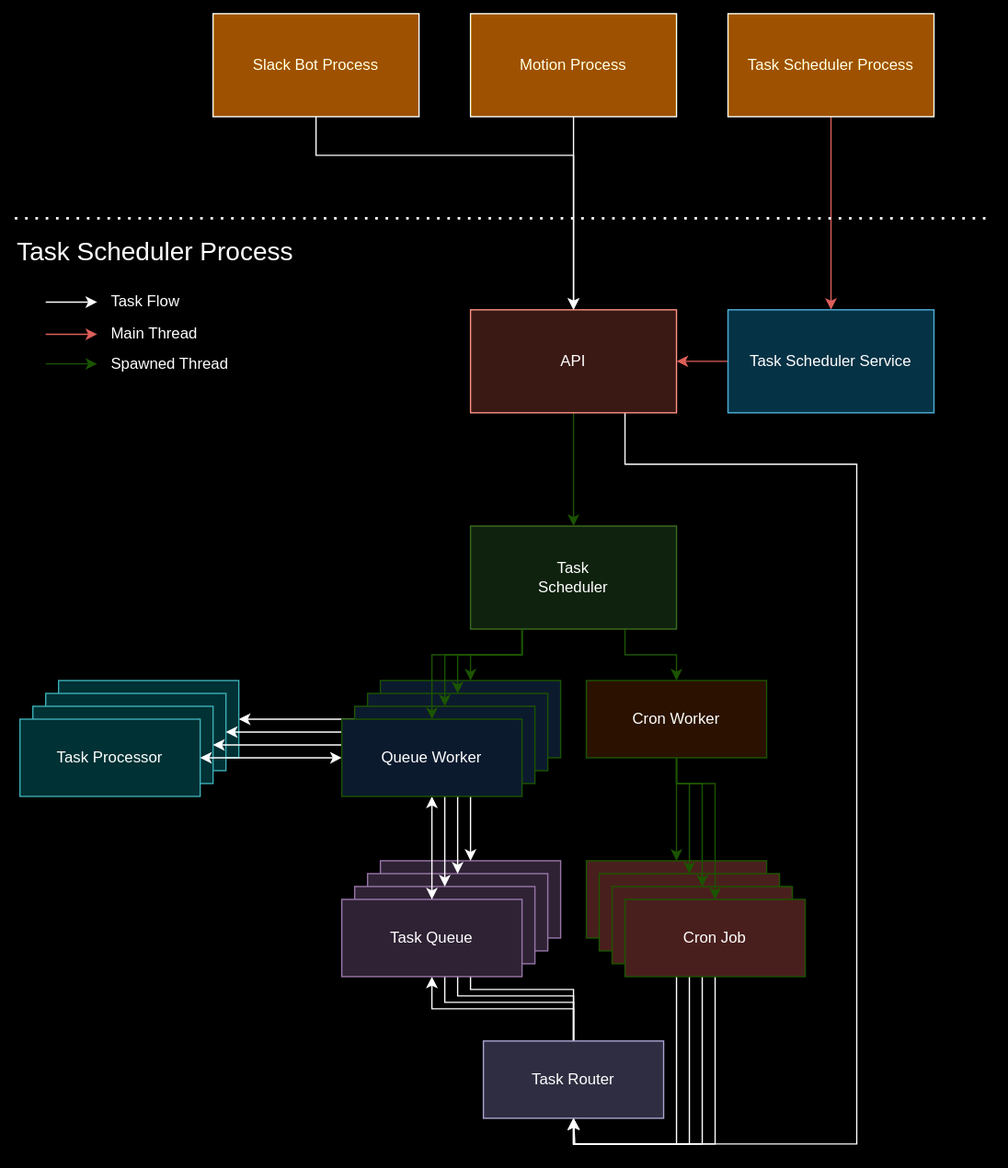
Above: pi_portal/modules/tasks/markdown/task_scheduler_overview.svg in PI-Portal/pi_portal (draw.io), before the change. Source tidied: cells renumbered, new cells last; positions are measured from the earlier drawing's top-left corner, leaving out a move shared by most shapes.
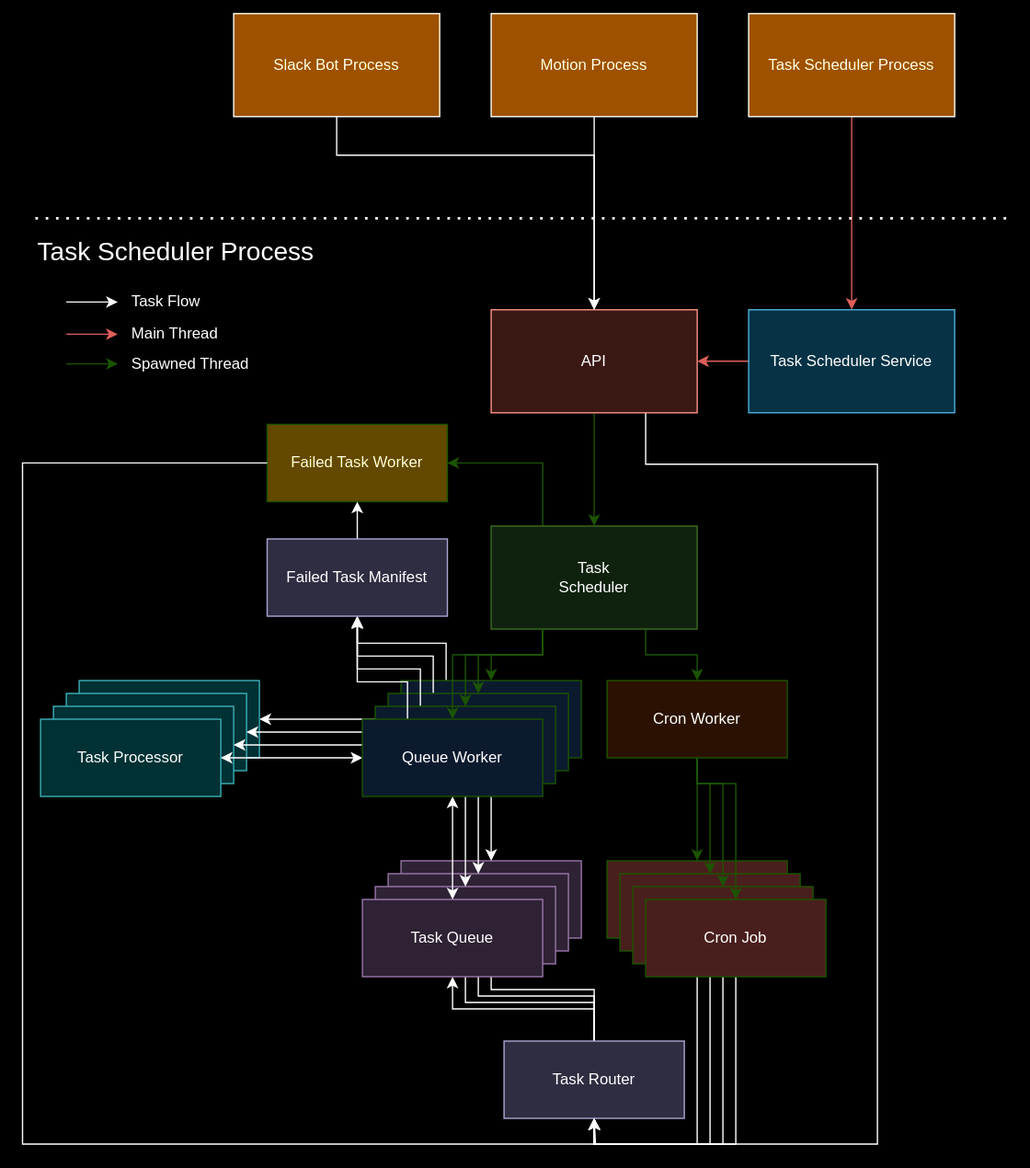
Later version of the same file.

What changed in the source:
```diff
@@ -10,9 +10,25 @@
         </Array>
       </mxGeometry>
     </mxCell>
+    <mxCell id="65" style="edgeStyle=orthogonalEdgeStyle;rounded=0;jettySize=auto;html=1;exitX=0.25;exitY=0;exitDx=0;exitDy=0;entryX=0.5;entryY=1;entryDx=0;entryDy=0;" parent="1" edge="1" source="3" target="73">
+      <mxGeometry relative="1" as="geometry">
+        <Array as="points">
+          <mxPoint x="319" y="489" />
+          <mxPoint x="250" y="489" />
+        </Array>
+      </mxGeometry>
+    </mxCell>
     <mxCell id="3" value="Queue Worker" style="rounded=0;whiteSpace=wrap;html=1;fillColor=#dae8fc;strokeColor=#97D077;" parent="1" vertex="1">
       <mxGeometry x="284" y="518" width="140" height="60" as="geometry" />
     </mxCell>
+    <mxCell id="66" style="edgeStyle=orthogonalEdgeStyle;rounded=0;jettySize=auto;html=1;exitX=0.25;exitY=0;exitDx=0;exitDy=0;entryX=0.5;entryY=1;entryDx=0;entryDy=0;" parent="1" edge="1" source="4" target="73">
+      <mxGeometry relative="1" as="geometry">
+        <Array as="points">
+          <mxPoint x="309" y="499" />
+          <mxPoint x="250" y="499" />
+        </Array>
+      </mxGeometry>
+    </mxCell>
     <mxCell id="4" value="Queue Worker" style="rounded=0;whiteSpace=wrap;html=1;fillColor=#dae8fc;strokeColor=#97D077;" parent="1" vertex="1">
       <mxGeometry x="274" y="528" width="140" height="60" as="geometry" />
     </mxCell>
@@ -72,6 +88,9 @@
     <mxCell id="19" style="edgeStyle=orthogonalEdgeStyle;rounded=0;jettySize=auto;html=1;exitX=0.75;exitY=1;exitDx=0;exitDy=0;entryX=0.5;entryY=0;entryDx=0;entryDy=0;fillColor=#cdeb8b;strokeColor=#97D077;" parent="1" edge="1" source="20" target="22">
       <mxGeometry relative="1" as="geometry" />
     </mxCell>
+    <mxCell id="67" style="edgeStyle=orthogonalEdgeStyle;rounded=0;jettySize=auto;html=1;exitX=0.25;exitY=0;exitDx=0;exitDy=0;entryX=1;entryY=0.5;entryDx=0;entryDy=0;strokeColor=#97D077;" parent="1" edge="1" source="20" target="70">
+      <mxGeometry relative="1" as="geometry" />
+    </mxCell>
     <mxCell id="20" value="Task &lt;br&gt;Scheduler" style="rounded=0;whiteSpace=wrap;html=1;fillColor=#d5e8d4;strokeColor=#82b366;" parent="1" vertex="1">
       <mxGeometry x="354" y="398" width="160" height="80" as="geometry" />
     </mxCell>
@@ -144,12 +163,29 @@
     <mxCell id="38" style="edgeStyle=orthogonalEdgeStyle;rounded=0;jettySize=auto;html=1;exitX=0;exitY=0.5;exitDx=0;exitDy=0;entryX=1;entryY=0.5;entryDx=0;entryDy=0;startArrow=classic;startFill=1;" parent="1" edge="1" source="39" target="35">
       <mxGeometry relative="1" as="geometry" />
     </mxCell>
+    <mxCell id="68" style="edgeStyle=orthogonalEdgeStyle;rounded=0;jettySize=auto;html=1;exitX=0.25;exitY=0;exitDx=0;exitDy=0;entryX=0.5;entryY=1;entryDx=0;entryDy=0;" parent="1" edge="1" source="39" target="73">
+      <mxGeometry relative="1" as="geometry">
+        <Array as="points">
+          <mxPoint x="299" y="509" />
+          <mxPoint x="250" y="509" />
+        </Array>
+      </mxGeometry>
+    </mxCell>
     <mxCell id="39" value="Queue Worker" style="rounded=0;whiteSpace=wrap;html=1;fillColor=#dae8fc;strokeColor=#97D077;" parent="1" vertex="1">
       <mxGeometry x="264" y="538" width="140" height="60" as="geometry" />
     </mxCell>
     <mxCell id="40" style="edgeStyle=orthogonalEdgeStyle;rounded=0;jettySize=auto;html=1;exitX=0;exitY=0.5;exitDx=0;exitDy=0;entryX=1;entryY=0.5;entryDx=0;entryDy=0;startArrow=classic;startFill=1;" parent="1" edge="1" source="41" target="36">
       <mxGeometry relative="1" as="geometry" />
     </mxCell>
+    <mxCell id="69" style="edgeStyle=orthogonalEdgeStyle;rounded=0;jettySize=auto;html=1;exitX=0.25;exitY=0;exitDx=0;exitDy=0;" parent="1" edge="1" source="41">
+      <mxGeometry relative="1" as="geometry">
+        <mxPoint x="250" y="469" as="targetPoint" />
+        <Array as="points">
+          <mxPoint x="289" y="519" />
+          <mxPoint x="250" y="519" />
+        </Array>
+      </mxGeometry>
+    </mxCell>
     <mxCell id="41" value="Queue Worker" style="rounded=0;whiteSpace=wrap;html=1;fillColor=#dae8fc;strokeColor=#97D077;" parent="1" vertex="1">
       <mxGeometry x="254" y="548" width="140" height="60" as="geometry" />
     </mxCell>
@@ -261,5 +297,23 @@
     <mxCell id="64" value="Spawned Thread" style="text;html=1;strokeColor=none;fillColor=none;align=left;verticalAlign=middle;whiteSpace=wrap;rounded=0;" parent="1" vertex="1">
       <mxGeometry x="73" y="257" width="131" height="30" as="geometry" />
     </mxCell>
+    <mxCell id="70" value="Failed Task Worker" style="rounded=0;whiteSpace=wrap;html=1;fillColor=#e3c800;strokeColor=#97D077;fontColor=#000000;" parent="1" vertex="1">
+      <mxGeometry x="180" y="319" width="140" height="60" as="geometry" />
+    </mxCell>
+    <mxCell id="71" style="edgeStyle=orthogonalEdgeStyle;rounded=0;jettySize=auto;html=1;exitX=0;exitY=0.5;exitDx=0;exitDy=0;entryX=0.5;entryY=1;entryDx=0;entryDy=0;" parent="1" edge="1" source="70" target="28">
+      <mxGeometry relative="1" as="geometry">
+        <Array as="points">
+          <mxPoint x="-10" y="349" />
+          <mxPoint x="-10" y="878" />
+          <mxPoint x="434" y="878" />
+        </Array>
+      </mxGeometry>
+    </mxCell>
+    <mxCell id="72" style="edgeStyle=orthogonalEdgeStyle;rounded=0;jettySize=auto;html=1;exitX=0.5;exitY=0;exitDx=0;exitDy=0;entryX=0.5;entryY=1;entryDx=0;entryDy=0;strokeColor=#000000;startArrow=none;startFill=0;" parent="1" edge="1" source="73" target="70">
+      <mxGeometry relative="1" as="geometry" />
+    </mxCell>
+    <mxCell id="73" value="Failed Task Manifest" style="rounded=0;whiteSpace=wrap;html=1;fillColor=#d0cee2;strokeColor=#56517e;" parent="1" vertex="1">
+      <mxGeometry x="180" y="408" width="140" height="60" as="geometry" />
+    </mxCell>
   </root>
 </mxGraphModel>
```
